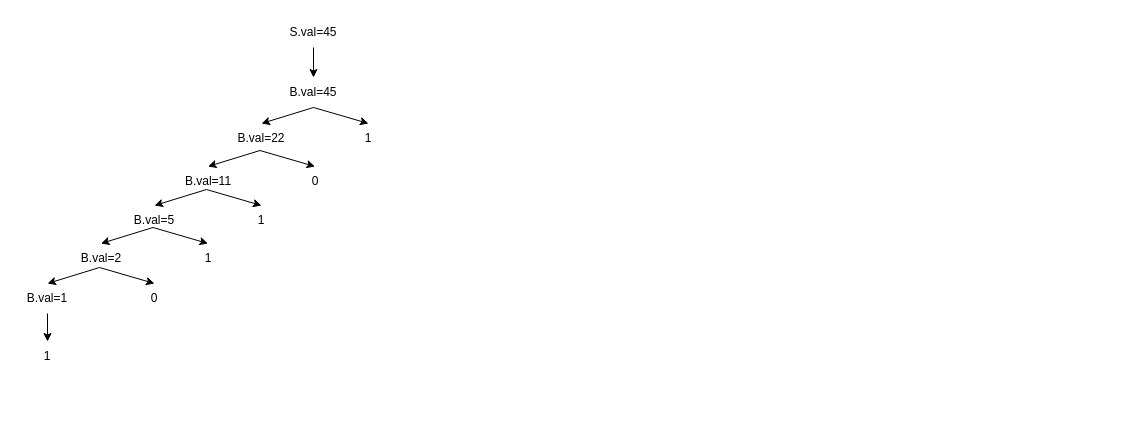
Before: 编译原理作业7.drawio in ZYNsama666/BackUp, a draw.io diagram. Source tidied: cells renumbered, new cells numbered last; positions are measured from the earlier drawing's top-left corner, leaving out a move shared by most shapes. Both pictures are drawn from the tidied source at 100%, with x=0, y=0 at pixel (17, 17).
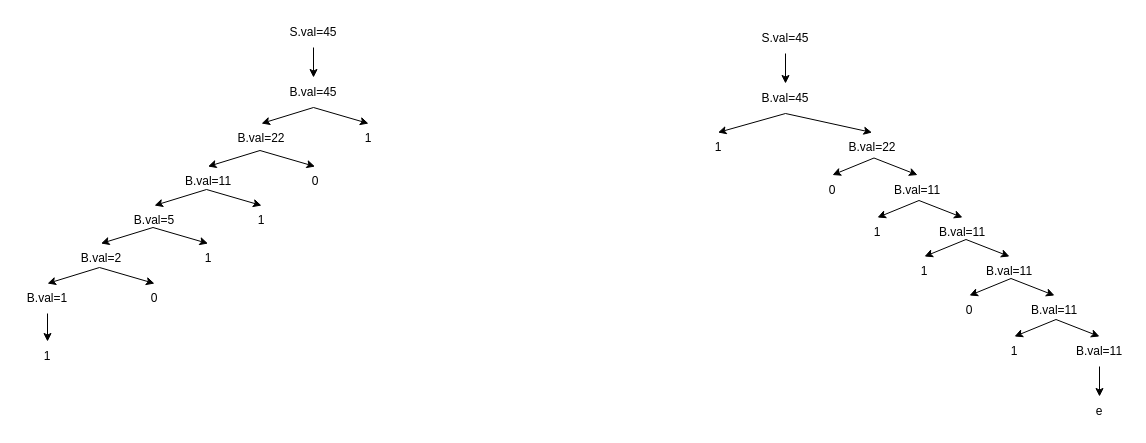
The same diagram, later.

Commit message (it also covers changes not shown here):
更新编译原理作业7.drawio

Diff of the diagram source:
```diff
@@
+    <mxCell id="27" style="edgeStyle=orthogonalEdgeStyle;rounded=0;jettySize=auto;html=1;" parent="1" edge="1" source="28" target="29">
+      <mxGeometry relative="1" as="geometry" />
+    </mxCell>
+    <mxCell id="28" value="S.val=45" style="text;html=1;strokeColor=none;fillColor=none;align=center;verticalAlign=middle;whiteSpace=wrap;rounded=0;" parent="1" vertex="1">
+      <mxGeometry x="738" y="6" width="60" height="30" as="geometry" />
+    </mxCell>
+    <mxCell id="29" value="B.val=45" style="text;html=1;strokeColor=none;fillColor=none;align=center;verticalAlign=middle;whiteSpace=wrap;rounded=0;" parent="1" vertex="1">
+      <mxGeometry x="738" y="66" width="60" height="30" as="geometry" />
+    </mxCell>
+    <mxCell id="30" value="B.val=22" style="text;html=1;strokeColor=none;fillColor=none;align=center;verticalAlign=middle;whiteSpace=wrap;rounded=0;" parent="1" vertex="1">
+      <mxGeometry x="824.5" y="115" width="60" height="30" as="geometry" />
+    </mxCell>
+    <mxCell id="31" value="1" style="text;html=1;strokeColor=none;fillColor=none;align=center;verticalAlign=middle;whiteSpace=wrap;rounded=0;" parent="1" vertex="1">
+      <mxGeometry x="670.5" y="115" width="60" height="30" as="geometry" />
+    </mxCell>
+    <mxCell id="32" style="endArrow=classic;html=1;rounded=0;exitX=0.5;exitY=1;exitDx=0;exitDy=0;entryX=0.5;entryY=0;entryDx=0;entryDy=0;" parent="1" edge="1" source="29" target="30">
+      <mxGeometry relative="1" as="geometry" />
+    </mxCell>
+    <mxCell id="33" style="endArrow=classic;html=1;rounded=0;exitX=0.5;exitY=1;exitDx=0;exitDy=0;entryX=0.5;entryY=0;entryDx=0;entryDy=0;" parent="1" edge="1" source="29" target="31">
+      <mxGeometry relative="1" as="geometry" />
+    </mxCell>
+    <mxCell id="34" value="B.val=11" style="text;html=1;strokeColor=none;fillColor=none;align=center;verticalAlign=middle;whiteSpace=wrap;rounded=0;" parent="1" vertex="1">
+      <mxGeometry x="870" y="157.5" width="60" height="30" as="geometry" />
+    </mxCell>
+    <mxCell id="35" value="0" style="text;html=1;strokeColor=none;fillColor=none;align=center;verticalAlign=middle;whiteSpace=wrap;rounded=0;" parent="1" vertex="1">
+      <mxGeometry x="785" y="157.5" width="60" height="30" as="geometry" />
+    </mxCell>
+    <mxCell id="36" style="endArrow=classic;html=1;rounded=0;exitX=0.5;exitY=1;exitDx=0;exitDy=0;entryX=0.5;entryY=0;entryDx=0;entryDy=0;" parent="1" edge="1" target="34">
+      <mxGeometry relative="1" as="geometry">
+        <mxPoint x="856.5" y="140.5" as="sourcePoint" />
+      </mxGeometry>
+    </mxCell>
+    <mxCell id="37" style="endArrow=classic;html=1;rounded=0;exitX=0.5;exitY=1;exitDx=0;exitDy=0;entryX=0.5;entryY=0;entryDx=0;entryDy=0;" parent="1" edge="1" target="35">
+      <mxGeometry relative="1" as="geometry">
+        <mxPoint x="856.5" y="140.5" as="sourcePoint" />
+      </mxGeometry>
+    </mxCell>
+    <mxCell id="38" value="B.val=11" style="text;html=1;strokeColor=none;fillColor=none;align=center;verticalAlign=middle;whiteSpace=wrap;rounded=0;" parent="1" vertex="1">
+      <mxGeometry x="915" y="200" width="60" height="30" as="geometry" />
+    </mxCell>
+    <mxCell id="39" value="1" style="text;html=1;strokeColor=none;fillColor=none;align=center;verticalAlign=middle;whiteSpace=wrap;rounded=0;" parent="1" vertex="1">
+      <mxGeometry x="830" y="200" width="60" height="30" as="geometry" />
+    </mxCell>
+    <mxCell id="40" style="endArrow=classic;html=1;rounded=0;exitX=0.5;exitY=1;exitDx=0;exitDy=0;entryX=0.5;entryY=0;entryDx=0;entryDy=0;" parent="1" edge="1" target="38">
+      <mxGeometry relative="1" as="geometry">
+        <mxPoint x="901.5" y="183" as="sourcePoint" />
+      </mxGeometry>
+    </mxCell>
+    <mxCell id="41" style="endArrow=classic;html=1;rounded=0;exitX=0.5;exitY=1;exitDx=0;exitDy=0;entryX=0.5;entryY=0;entryDx=0;entryDy=0;" parent="1" edge="1" target="39">
+      <mxGeometry relative="1" as="geometry">
+        <mxPoint x="901.5" y="183" as="sourcePoint" />
+      </mxGeometry>
+    </mxCell>
+    <mxCell id="42" value="B.val=11" style="text;html=1;strokeColor=none;fillColor=none;align=center;verticalAlign=middle;whiteSpace=wrap;rounded=0;" parent="1" vertex="1">
+      <mxGeometry x="962" y="239" width="60" height="30" as="geometry" />
+    </mxCell>
+    <mxCell id="43" value="1" style="text;html=1;strokeColor=none;fillColor=none;align=center;verticalAlign=middle;whiteSpace=wrap;rounded=0;" parent="1" vertex="1">
+      <mxGeometry x="877" y="239" width="60" height="30" as="geometry" />
+    </mxCell>
+    <mxCell id="44" style="endArrow=classic;html=1;rounded=0;exitX=0.5;exitY=1;exitDx=0;exitDy=0;entryX=0.5;entryY=0;entryDx=0;entryDy=0;" parent="1" edge="1" target="42">
+      <mxGeometry relative="1" as="geometry">
+        <mxPoint x="948.5" y="222" as="sourcePoint" />
+      </mxGeometry>
+    </mxCell>
+    <mxCell id="45" style="endArrow=classic;html=1;rounded=0;exitX=0.5;exitY=1;exitDx=0;exitDy=0;entryX=0.5;entryY=0;entryDx=0;entryDy=0;" parent="1" edge="1" target="43">
+      <mxGeometry relative="1" as="geometry">
+        <mxPoint x="948.5" y="222" as="sourcePoint" />
+      </mxGeometry>
+    </mxCell>
+    <mxCell id="46" value="B.val=11" style="text;html=1;strokeColor=none;fillColor=none;align=center;verticalAlign=middle;whiteSpace=wrap;rounded=0;" parent="1" vertex="1">
+      <mxGeometry x="1007" y="278" width="60" height="30" as="geometry" />
+    </mxCell>
+    <mxCell id="47" value="0" style="text;html=1;strokeColor=none;fillColor=none;align=center;verticalAlign=middle;whiteSpace=wrap;rounded=0;" parent="1" vertex="1">
+      <mxGeometry x="922" y="278" width="60" height="30" as="geometry" />
+    </mxCell>
+    <mxCell id="48" style="endArrow=classic;html=1;rounded=0;exitX=0.5;exitY=1;exitDx=0;exitDy=0;entryX=0.5;entryY=0;entryDx=0;entryDy=0;" parent="1" edge="1" target="46">
+      <mxGeometry relative="1" as="geometry">
+        <mxPoint x="993.5" y="261" as="sourcePoint" />
+      </mxGeometry>
+    </mxCell>
+    <mxCell id="49" style="endArrow=classic;html=1;rounded=0;exitX=0.5;exitY=1;exitDx=0;exitDy=0;entryX=0.5;entryY=0;entryDx=0;entryDy=0;" parent="1" edge="1" target="47">
+      <mxGeometry relative="1" as="geometry">
+        <mxPoint x="993.5" y="261" as="sourcePoint" />
+      </mxGeometry>
+    </mxCell>
+    <mxCell id="50" style="edgeStyle=orthogonalEdgeStyle;rounded=0;jettySize=auto;html=1;" parent="1" edge="1" source="51" target="55">
+      <mxGeometry relative="1" as="geometry" />
+    </mxCell>
+    <mxCell id="51" value="B.val=11" style="text;html=1;strokeColor=none;fillColor=none;align=center;verticalAlign=middle;whiteSpace=wrap;rounded=0;" parent="1" vertex="1">
+      <mxGeometry x="1052" y="319" width="60" height="30" as="geometry" />
+    </mxCell>
+    <mxCell id="52" value="1" style="text;html=1;strokeColor=none;fillColor=none;align=center;verticalAlign=middle;whiteSpace=wrap;rounded=0;" parent="1" vertex="1">
+      <mxGeometry x="967" y="319" width="60" height="30" as="geometry" />
+    </mxCell>
+    <mxCell id="53" style="endArrow=classic;html=1;rounded=0;exitX=0.5;exitY=1;exitDx=0;exitDy=0;entryX=0.5;entryY=0;entryDx=0;entryDy=0;" parent="1" edge="1" target="51">
+      <mxGeometry relative="1" as="geometry">
+        <mxPoint x="1038.5" y="302" as="sourcePoint" />
+      </mxGeometry>
+    </mxCell>
+    <mxCell id="54" style="endArrow=classic;html=1;rounded=0;exitX=0.5;exitY=1;exitDx=0;exitDy=0;entryX=0.5;entryY=0;entryDx=0;entryDy=0;" parent="1" edge="1" target="52">
+      <mxGeometry relative="1" as="geometry">
+        <mxPoint x="1038.5" y="302" as="sourcePoint" />
+      </mxGeometry>
+    </mxCell>
+    <mxCell id="55" value="e" style="text;html=1;strokeColor=none;fillColor=none;align=center;verticalAlign=middle;whiteSpace=wrap;rounded=0;" parent="1" vertex="1">
+      <mxGeometry x="1052" y="379" width="60" height="30" as="geometry" />
+    </mxCell>
```
